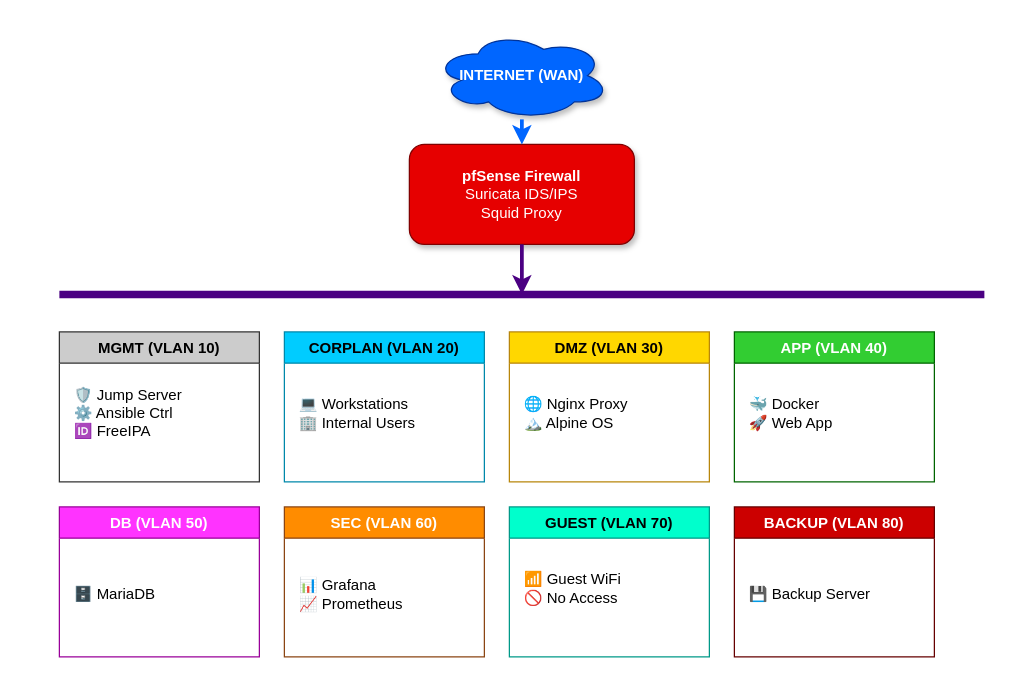
This is Diagrams/Network_Topology.drawio from enveronderuslu/Zero_Trust_Data_Center, a draw.io file, before an edit. Source tidied: cells renumbered, new cells numbered last; positions are measured from the earlier drawing's top-left corner, leaving out a move shared by most shapes. Both pictures are drawn from the tidied source at 125%, with x=0, y=0 at pixel (59, 31).
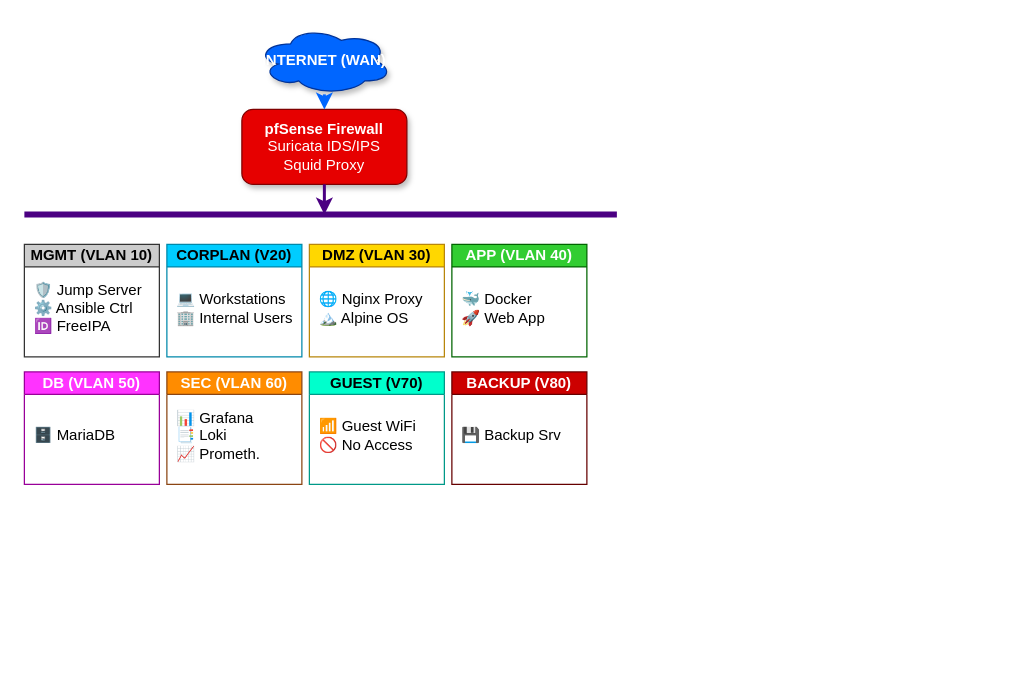
Above is the later version.

Diff of the diagram source:
```diff
@@
     <mxCell id="2" value="&lt;b&gt;pfSense Firewall&lt;/b&gt;&lt;br&gt;Suricata IDS/IPS&lt;br&gt;Squid Proxy" style="rounded=1;whiteSpace=wrap;html=1;fillColor=#E60000;strokeColor=#800000;fontColor=#FFFFFF;align=center;verticalAlign=middle;shadow=1;fontFamily=Liberation Sans;fontSize=12;" parent="1" vertex="1">
-      <mxGeometry x="280" y="90" width="180" height="80" as="geometry" />
+      <mxGeometry x="146" y="62" width="132" height="60" as="geometry" />
     </mxCell>
     <mxCell id="3" value="&lt;b&gt;INTERNET (WAN)&lt;/b&gt;" style="ellipse;shape=cloud;whiteSpace=wrap;html=1;fillColor=#0066FF;strokeColor=#003399;fontColor=#FFFFFF;shadow=1;fontFamily=Liberation Sans;fontSize=12;" parent="1" vertex="1">
-      <mxGeometry x="300" width="140" height="70" as="geometry" />
+      <mxGeometry x="158" y="-4" width="108" height="54" as="geometry" />
     </mxCell>
-    <mxCell id="4" style="strokeWidth=3;strokeColor=#0066FF;" parent="1" edge="1" source="3" target="2">
+    <mxCell id="4" style="strokeWidth=2.4;strokeColor=#0066FF;" parent="1" edge="1" source="3" target="2">
       <mxGeometry relative="1" as="geometry" />
     </mxCell>
-    <mxCell id="5" style="endArrow=none;html=1;strokeWidth=6;strokeColor=#4B0082;" parent="1" edge="1">
+    <mxCell id="5" style="endArrow=none;html=1;strokeWidth=4.8;strokeColor=#4B0082;" parent="1" edge="1">
       <mxGeometry relative="1" as="geometry">
-        <mxPoint y="210" as="sourcePoint" />
-        <mxPoint x="740" y="210" as="targetPoint" />
+        <mxPoint x="-28" y="146" as="sourcePoint" />
+        <mxPoint x="446" y="146" as="targetPoint" />
       </mxGeometry>
     </mxCell>
-    <mxCell id="6" style="strokeWidth=3;strokeColor=#4B0082;" parent="1" edge="1" source="2">
+    <mxCell id="6" style="strokeWidth=2.4;strokeColor=#4B0082;" parent="1" edge="1" source="2">
       <mxGeometry relative="1" as="geometry">
-        <mxPoint x="370" y="210" as="targetPoint" />
+        <mxPoint x="212" y="146" as="targetPoint" />
       </mxGeometry>
     </mxCell>
-    <mxCell id="7" value="&lt;b&gt;MGMT (VLAN 10)&lt;/b&gt;" style="swimlane;whiteSpace=wrap;html=1;fillColor=#CCCCCC;strokeColor=#333333;startSize=25;fontFamily=Liberation Sans;fontSize=12;" parent="1" vertex="1">
-      <mxGeometry y="240" width="160" height="120" as="geometry" />
+    <mxCell id="7" value="&lt;b&gt;MGMT (VLAN 10)&lt;/b&gt;" style="swimlane;whiteSpace=wrap;html=1;fillColor=#CCCCCC;strokeColor=#333333;startSize=18;fontFamily=Liberation Sans;fontSize=12;" parent="1" vertex="1">
+      <mxGeometry x="-28" y="170" width="108" height="90" as="geometry" />
     </mxCell>
     <mxCell id="8" value="🛡️ Jump Server&lt;br&gt;⚙️ Ansible Ctrl&lt;br&gt;🆔 FreeIPA" style="text;html=1;align=left;verticalAlign=middle;strokeColor=none;fillColor=none;fontFamily=Liberation Sans;fontSize=12;" parent="7" vertex="1">
-      <mxGeometry x="10" y="35" width="130" height="60" as="geometry" />
+      <mxGeometry x="6" y="27" width="84" height="48" as="geometry" />
     </mxCell>
-    <mxCell id="9" value="&lt;b&gt;CORPLAN (VLAN 20)&lt;/b&gt;" style="swimlane;whiteSpace=wrap;html=1;fillColor=#00CCFF;strokeColor=#0088AA;startSize=25;fontFamily=Liberation Sans;fontSize=12;" parent="1" vertex="1">
-      <mxGeometry x="180" y="240" width="160" height="120" as="geometry" />
+    <mxCell id="9" value="&lt;b&gt;CORPLAN (V20)&lt;/b&gt;" style="swimlane;whiteSpace=wrap;html=1;fillColor=#00CCFF;strokeColor=#0088AA;startSize=18;fontFamily=Liberation Sans;fontSize=12;" parent="1" vertex="1">
+      <mxGeometry x="86" y="170" width="108" height="90" as="geometry" />
     </mxCell>
     <mxCell id="10" value="💻 Workstations&lt;br&gt;🏢 Internal Users" style="text;html=1;align=left;verticalAlign=middle;strokeColor=none;fillColor=none;fontFamily=Liberation Sans;fontSize=12;" parent="9" vertex="1">
-      <mxGeometry x="10" y="45" width="130" height="40" as="geometry" />
+      <mxGeometry x="6" y="36" width="78" height="30" as="geometry" />
     </mxCell>
-    <mxCell id="11" value="&lt;b&gt;DMZ (VLAN 30)&lt;/b&gt;" style="swimlane;whiteSpace=wrap;html=1;fillColor=#FFD700;strokeColor=#B8860B;startSize=25;fontFamily=Liberation Sans;fontSize=12;" parent="1" vertex="1">
-      <mxGeometry x="360" y="240" width="160" height="120" as="geometry" />
+    <mxCell id="11" value="&lt;b&gt;DMZ (VLAN 30)&lt;/b&gt;" style="swimlane;whiteSpace=wrap;html=1;fillColor=#FFD700;strokeColor=#B8860B;startSize=18;fontFamily=Liberation Sans;fontSize=12;" parent="1" vertex="1">
+      <mxGeometry x="200" y="170" width="108" height="90" as="geometry" />
     </mxCell>
     <mxCell id="12" value="🌐 Nginx Proxy&lt;br&gt;🏔️ Alpine OS" style="text;html=1;align=left;verticalAlign=middle;strokeColor=none;fillColor=none;fontFamily=Liberation Sans;fontSize=12;" parent="11" vertex="1">
-      <mxGeometry x="10" y="45" width="130" height="40" as="geometry" />
+      <mxGeometry x="6" y="36" width="78" height="30" as="geometry" />
     </mxCell>
-    <mxCell id="13" value="&lt;b&gt;APP (VLAN 40)&lt;/b&gt;" style="swimlane;whiteSpace=wrap;html=1;fillColor=#32CD32;strokeColor=#006400;fontColor=#FFFFFF;startSize=25;fontFamily=Liberation Sans;fontSize=12;" parent="1" vertex="1">
-      <mxGeometry x="540" y="240" width="160" height="120" as="geometry" />
+    <mxCell id="13" value="&lt;b&gt;APP (VLAN 40)&lt;/b&gt;" style="swimlane;whiteSpace=wrap;html=1;fillColor=#32CD32;strokeColor=#006400;fontColor=#FFFFFF;startSize=18;fontFamily=Liberation Sans;fontSize=12;" parent="1" vertex="1">
+      <mxGeometry x="314" y="170" width="108" height="90" as="geometry" />
     </mxCell>
     <mxCell id="14" value="🐳 Docker&lt;br&gt;🚀 Web App" style="text;html=1;align=left;verticalAlign=middle;strokeColor=none;fillColor=none;fontFamily=Liberation Sans;fontSize=12;" parent="13" vertex="1">
-      <mxGeometry x="10" y="45" width="130" height="40" as="geometry" />
+      <mxGeometry x="6" y="36" width="90" height="30" as="geometry" />
     </mxCell>
-    <mxCell id="15" value="&lt;b&gt;DB (VLAN 50)&lt;/b&gt;" style="swimlane;whiteSpace=wrap;html=1;fillColor=#FF33FF;strokeColor=#990099;fontColor=#FFFFFF;startSize=25;fontFamily=Liberation Sans;fontSize=12;" parent="1" vertex="1">
-      <mxGeometry y="380" width="160" height="120" as="geometry" />
+    <mxCell id="15" value="&lt;b&gt;DB (VLAN 50)&lt;/b&gt;" style="swimlane;whiteSpace=wrap;html=1;fillColor=#FF33FF;strokeColor=#990099;fontColor=#FFFFFF;startSize=18;fontFamily=Liberation Sans;fontSize=12;" parent="1" vertex="1">
+      <mxGeometry x="-28" y="272" width="108" height="90" as="geometry" />
     </mxCell>
     <mxCell id="16" value="🗄️ MariaDB" style="text;html=1;align=left;verticalAlign=middle;strokeColor=none;fillColor=none;fontFamily=Liberation Sans;fontSize=12;" parent="15" vertex="1">
-      <mxGeometry x="10" y="55" width="90" height="30" as="geometry" />
+      <mxGeometry x="6" y="42" width="54" height="18" as="geometry" />
     </mxCell>
-    <mxCell id="17" value="&lt;b&gt;SEC (VLAN 60)&lt;/b&gt;" style="swimlane;whiteSpace=wrap;html=1;fillColor=#FF8C00;strokeColor=#8B4513;fontColor=#FFFFFF;startSize=25;fontFamily=Liberation Sans;fontSize=12;" parent="1" vertex="1">
-      <mxGeometry x="180" y="380" width="160" height="120" as="geometry" />
+    <mxCell id="17" value="&lt;b&gt;SEC (VLAN 60)&lt;/b&gt;" style="swimlane;whiteSpace=wrap;html=1;fillColor=#FF8C00;strokeColor=#8B4513;fontColor=#FFFFFF;startSize=18;fontFamily=Liberation Sans;fontSize=12;" parent="1" vertex="1">
+      <mxGeometry x="86" y="272" width="108" height="90" as="geometry" />
     </mxCell>
-    <mxCell id="18" value="📊 Grafana&lt;br&gt;📈 Prometheus" style="text;html=1;align=left;verticalAlign=middle;strokeColor=none;fillColor=none;fontFamily=Liberation Sans;fontSize=12;" parent="17" vertex="1">
-      <mxGeometry x="10" y="45" width="130" height="50" as="geometry" />
+    <mxCell id="18" value="📊 Grafana&lt;br&gt;📑 Loki&lt;br&gt;📈 Prometh." style="text;html=1;align=left;verticalAlign=middle;strokeColor=none;fillColor=none;fontFamily=Liberation Sans;fontSize=12;" parent="17" vertex="1">
+      <mxGeometry x="6" y="30" width="84" height="42" as="geometry" />
     </mxCell>
-    <mxCell id="19" value="&lt;b&gt;GUEST (VLAN 70)&lt;/b&gt;" style="swimlane;whiteSpace=wrap;html=1;fillColor=#00FFCC;strokeColor=#009988;startSize=25;fontFamily=Liberation Sans;fontSize=12;" parent="1" vertex="1">
-      <mxGeometry x="360" y="380" width="160" height="120" as="geometry" />
+    <mxCell id="19" value="&lt;b&gt;GUEST (V70)&lt;/b&gt;" style="swimlane;whiteSpace=wrap;html=1;fillColor=#00FFCC;strokeColor=#009988;startSize=18;fontFamily=Liberation Sans;fontSize=12;" parent="1" vertex="1">
+      <mxGeometry x="200" y="272" width="108" height="90" as="geometry" />
     </mxCell>
     <mxCell id="20" value="📶 Guest WiFi&lt;br&gt;🚫 No Access" style="text;html=1;align=left;verticalAlign=middle;strokeColor=none;fillColor=none;fontFamily=Liberation Sans;fontSize=12;" parent="19" vertex="1">
-      <mxGeometry x="10" y="45" width="130" height="40" as="geometry" />
+      <mxGeometry x="6" y="36" width="78" height="30" as="geometry" />
     </mxCell>
-    <mxCell id="21" value="&lt;b&gt;BACKUP (VLAN 80)&lt;/b&gt;" style="swimlane;whiteSpace=wrap;html=1;fillColor=#CC0000;strokeColor=#660000;fontColor=#FFFFFF;startSize=25;fontFamily=Liberation Sans;fontSize=12;" parent="1" vertex="1">
-      <mxGeometry x="540" y="380" width="160" height="120" as="geometry" />
+    <mxCell id="21" value="&lt;b&gt;BACKUP (V80)&lt;/b&gt;" style="swimlane;whiteSpace=wrap;html=1;fillColor=#CC0000;strokeColor=#660000;fontColor=#FFFFFF;startSize=18;fontFamily=Liberation Sans;fontSize=12;" parent="1" vertex="1">
+      <mxGeometry x="314" y="272" width="108" height="90" as="geometry" />
     </mxCell>
-    <mxCell id="22" value="💾 Backup Server" style="text;html=1;align=left;verticalAlign=middle;strokeColor=none;fillColor=none;fontFamily=Liberation Sans;fontSize=12;" parent="21" vertex="1">
-      <mxGeometry x="10" y="55" width="130" height="30" as="geometry" />
+    <mxCell id="22" value="💾 Backup Srv" style="text;html=1;align=left;verticalAlign=middle;strokeColor=none;fillColor=none;fontFamily=Liberation Sans;fontSize=12;" parent="21" vertex="1">
+      <mxGeometry x="6" y="42" width="78" height="18" as="geometry" />
     </mxCell>
```
